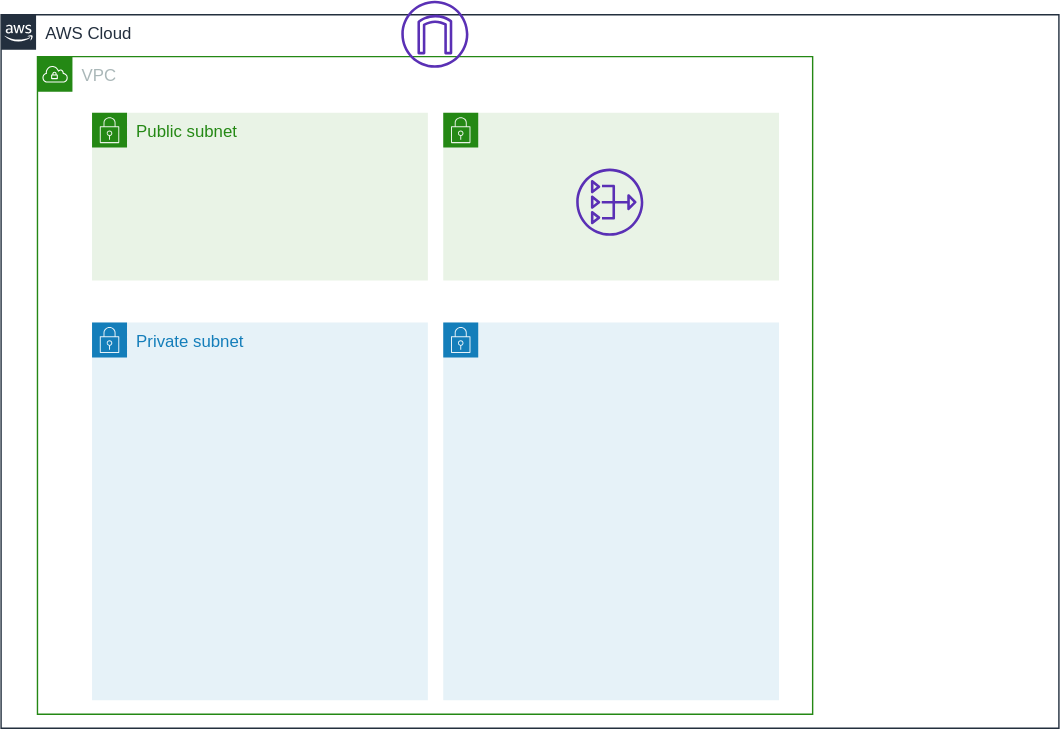
moriryota62/ecs-cicd keeps this draw.io diagram as documents/images/use-network.svg. Above is the earlier version. Source tidied: cells renumbered, new cells last; positions are measured from the earlier drawing's top-left corner, leaving out a move shared by most shapes. Its diagram source:
```xml
<mxGraphModel>
  <root>
    <mxCell id="0" />
    <mxCell id="1" parent="0" />
    <mxCell id="2" value="AWS Cloud" style="gradientColor=none;html=1;whiteSpace=wrap;fontSize=12;fontStyle=0;shape=mxgraph.aws4.group;grIcon=mxgraph.aws4.group_aws_cloud_alt;strokeColor=#232F3E;fillColor=none;verticalAlign=top;align=left;spacingLeft=30;fontColor=#232F3E;dashed=0;" parent="1" vertex="1">
      <mxGeometry y="10" width="756" height="510" as="geometry" />
    </mxCell>
    <mxCell id="3" value="VPC" style="gradientColor=none;html=1;whiteSpace=wrap;fontSize=12;fontStyle=0;shape=mxgraph.aws4.group;grIcon=mxgraph.aws4.group_vpc;strokeColor=#248814;fillColor=none;verticalAlign=top;align=left;spacingLeft=30;fontColor=#AAB7B8;dashed=0;" parent="1" vertex="1">
      <mxGeometry x="26" y="40" width="554" height="470" as="geometry" />
    </mxCell>
    <mxCell id="4" value="Public subnet" style="gradientColor=none;html=1;whiteSpace=wrap;fontSize=12;fontStyle=0;shape=mxgraph.aws4.group;grIcon=mxgraph.aws4.group_security_group;grStroke=0;strokeColor=#248814;fillColor=#E9F3E6;verticalAlign=top;align=left;spacingLeft=30;fontColor=#248814;dashed=0;" parent="1" vertex="1">
      <mxGeometry x="65" y="80" width="240" height="120" as="geometry" />
    </mxCell>
    <mxCell id="5" style="gradientColor=none;html=1;whiteSpace=wrap;fontSize=12;fontStyle=0;shape=mxgraph.aws4.group;grIcon=mxgraph.aws4.group_security_group;grStroke=0;strokeColor=#248814;fillColor=#E9F3E6;verticalAlign=top;align=left;spacingLeft=30;fontColor=#248814;dashed=0;" parent="1" vertex="1">
      <mxGeometry x="316" y="80" width="240" height="120" as="geometry" />
    </mxCell>
    <mxCell id="6" style="fontColor=#232F3E;gradientColor=none;fillColor=#5A30B5;strokeColor=none;dashed=0;verticalLabelPosition=bottom;verticalAlign=top;align=center;html=1;fontSize=12;fontStyle=0;shape=mxgraph.aws4.internet_gateway;" parent="1" vertex="1">
      <mxGeometry x="286" width="48" height="48" as="geometry" />
    </mxCell>
    <mxCell id="7" value="Private subnet" style="gradientColor=none;html=1;whiteSpace=wrap;fontSize=12;fontStyle=0;shape=mxgraph.aws4.group;grIcon=mxgraph.aws4.group_security_group;grStroke=0;strokeColor=#147EBA;fillColor=#E6F2F8;verticalAlign=top;align=left;spacingLeft=30;fontColor=#147EBA;dashed=0;" parent="1" vertex="1">
      <mxGeometry x="65" y="230" width="240" height="270" as="geometry" />
    </mxCell>
    <mxCell id="8" style="gradientColor=none;html=1;whiteSpace=wrap;fontSize=12;fontStyle=0;shape=mxgraph.aws4.group;grIcon=mxgraph.aws4.group_security_group;grStroke=0;strokeColor=#147EBA;fillColor=#E6F2F8;verticalAlign=top;align=left;spacingLeft=30;fontColor=#147EBA;dashed=0;" parent="1" vertex="1">
      <mxGeometry x="316" y="230" width="240" height="270" as="geometry" />
    </mxCell>
    <mxCell id="9" style="fontColor=#232F3E;gradientColor=none;fillColor=#5A30B5;strokeColor=none;dashed=0;verticalLabelPosition=bottom;verticalAlign=top;align=center;html=1;fontSize=12;fontStyle=0;shape=mxgraph.aws4.nat_gateway;" parent="1" vertex="1">
      <mxGeometry x="411" y="120" width="48" height="48" as="geometry" />
    </mxCell>
  </root>
</mxGraphModel>
```
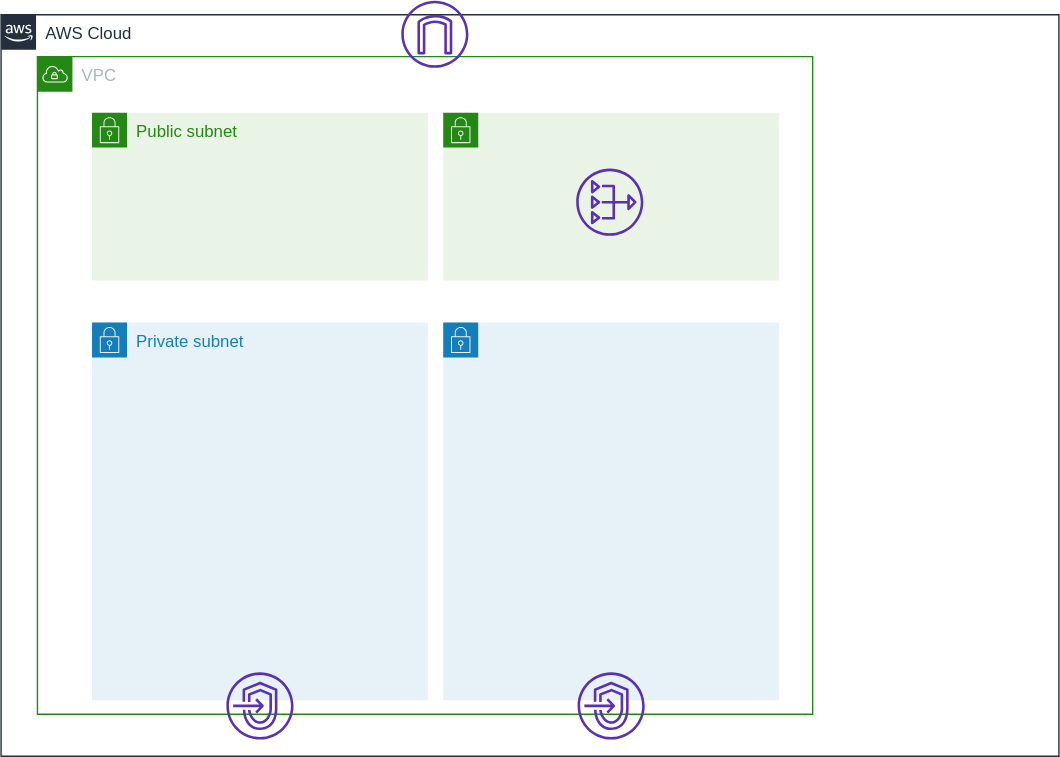
The same diagram one commit later.

The edit, as a diff of the source:
```diff
@@ -3,7 +3,7 @@
     <mxCell id="0" />
     <mxCell id="1" parent="0" />
     <mxCell id="2" value="AWS Cloud" style="gradientColor=none;html=1;whiteSpace=wrap;fontSize=12;fontStyle=0;shape=mxgraph.aws4.group;grIcon=mxgraph.aws4.group_aws_cloud_alt;strokeColor=#232F3E;fillColor=none;verticalAlign=top;align=left;spacingLeft=30;fontColor=#232F3E;dashed=0;" parent="1" vertex="1">
-      <mxGeometry y="10" width="756" height="510" as="geometry" />
+      <mxGeometry y="10" width="756" height="530" as="geometry" />
     </mxCell>
     <mxCell id="3" value="VPC" style="gradientColor=none;html=1;whiteSpace=wrap;fontSize=12;fontStyle=0;shape=mxgraph.aws4.group;grIcon=mxgraph.aws4.group_vpc;strokeColor=#248814;fillColor=none;verticalAlign=top;align=left;spacingLeft=30;fontColor=#AAB7B8;dashed=0;" parent="1" vertex="1">
       <mxGeometry x="26" y="40" width="554" height="470" as="geometry" />
@@ -26,5 +26,11 @@
     <mxCell id="9" style="fontColor=#232F3E;gradientColor=none;fillColor=#5A30B5;strokeColor=none;dashed=0;verticalLabelPosition=bottom;verticalAlign=top;align=center;html=1;fontSize=12;fontStyle=0;shape=mxgraph.aws4.nat_gateway;" parent="1" vertex="1">
       <mxGeometry x="411" y="120" width="48" height="48" as="geometry" />
     </mxCell>
+    <mxCell id="10" style="fontColor=#232F3E;gradientColor=none;fillColor=#5A30B5;strokeColor=none;dashed=0;verticalLabelPosition=bottom;verticalAlign=top;align=center;html=1;fontSize=12;fontStyle=0;shape=mxgraph.aws4.endpoints;" parent="1" vertex="1">
+      <mxGeometry x="161" y="480" width="48" height="48" as="geometry" />
+    </mxCell>
+    <mxCell id="11" style="fontColor=#232F3E;gradientColor=none;fillColor=#5A30B5;strokeColor=none;dashed=0;verticalLabelPosition=bottom;verticalAlign=top;align=center;html=1;fontSize=12;fontStyle=0;shape=mxgraph.aws4.endpoints;" parent="1" vertex="1">
+      <mxGeometry x="412" y="480" width="48" height="48" as="geometry" />
+    </mxCell>
   </root>
 </mxGraphModel>
```
